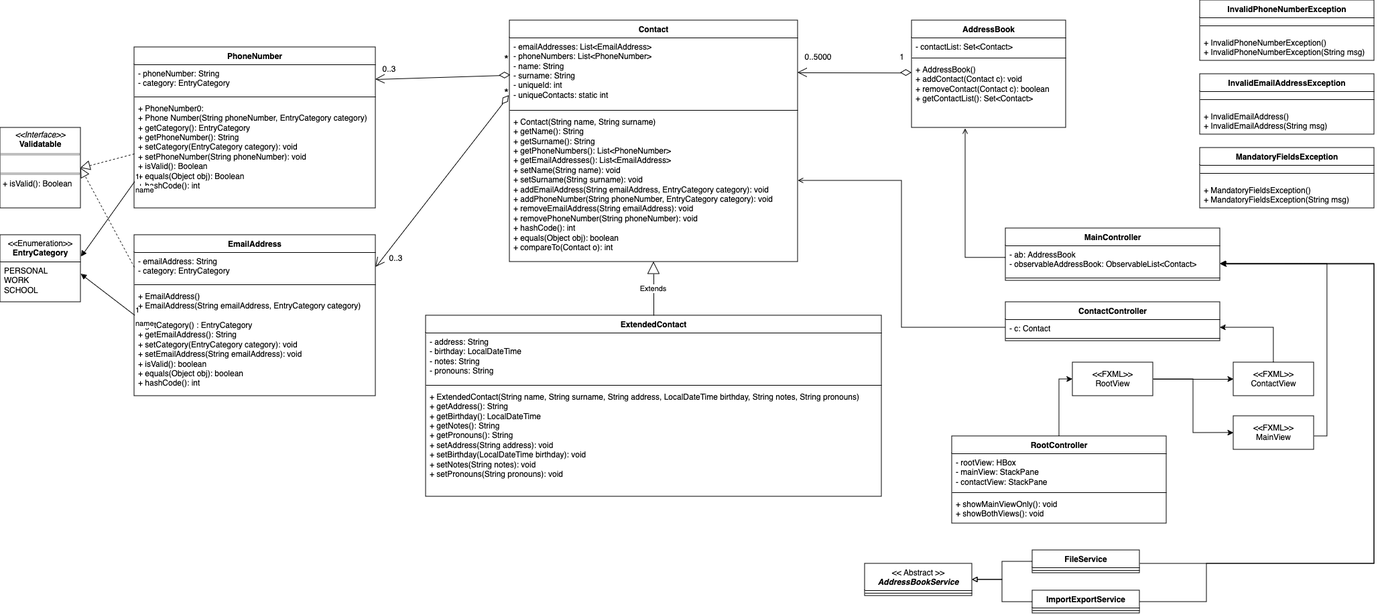
Earlier version of the draw.io export docs/ClassDiagrams/classDiagram.png (francescopeluso/SWE-Project). Source tidied: cells renumbered, new cells last; positions are measured from the earlier drawing's top-left corner, leaving out a move shared by most shapes.
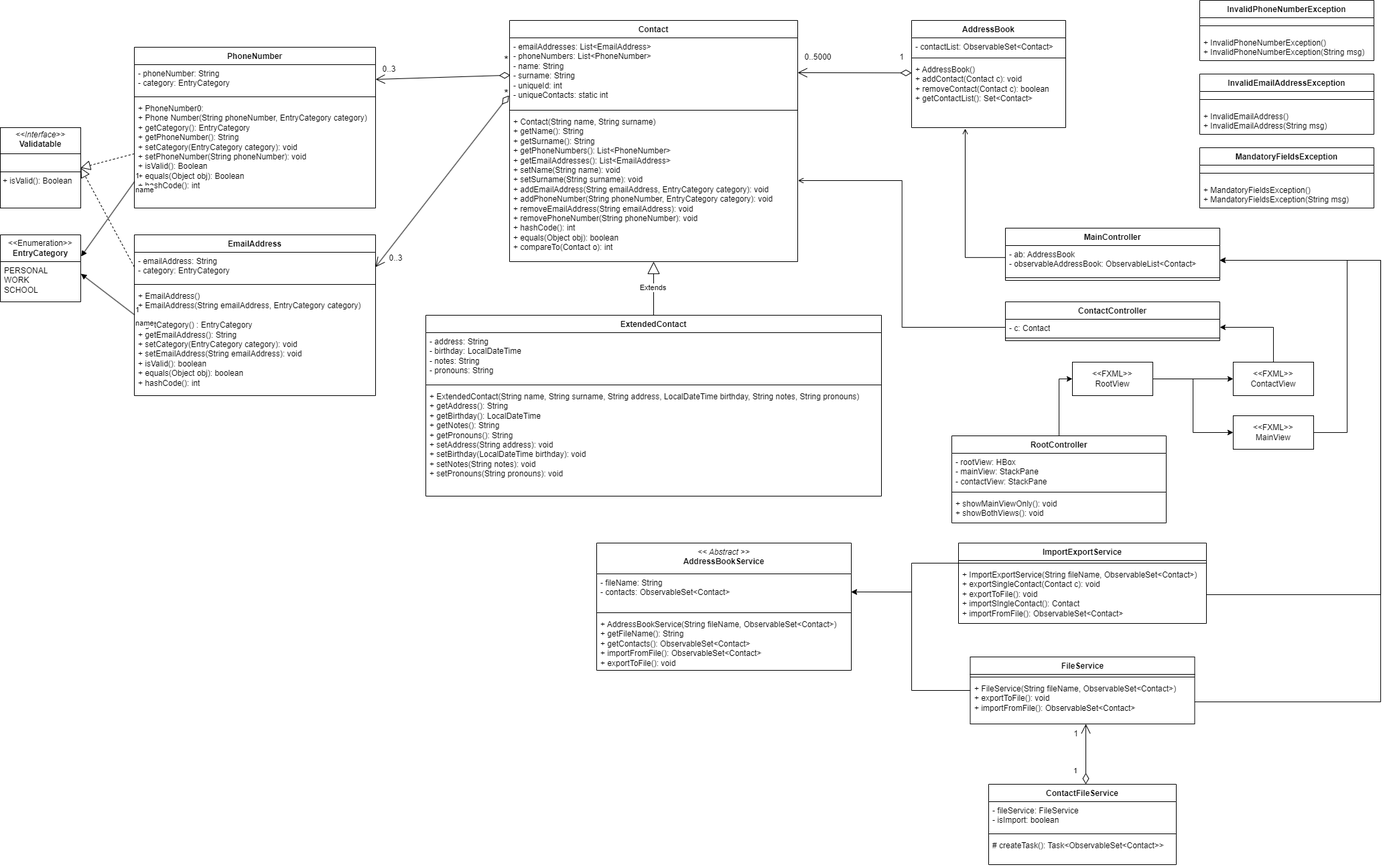
The same diagram one commit later.

Commit message:
Aggiornato il diagramma delle classi (definite le classi di gestione dei file + aggiunta di ContactFileService) e aggiornata la documentazione del progetto

Change to the diagram source:
```diff
@@ -101,7 +101,7 @@
     <mxCell id="34" value="AddressBook" style="swimlane;fontStyle=1;align=center;verticalAlign=top;horizontal=1;startSize=26;whiteSpace=wrap;html=1;" parent="1" vertex="1">
       <mxGeometry x="1360" y="30" width="230" height="160" as="geometry" />
     </mxCell>
-    <mxCell id="35" value="- contactList: Set&amp;lt;Contact&amp;gt;" style="text;strokeColor=none;fillColor=none;align=left;verticalAlign=top;spacingLeft=4;spacingRight=4;overflow=hidden;whiteSpace=wrap;html=1;" parent="34" vertex="1">
+    <mxCell id="35" value="- contactList: ObservableSet&amp;lt;Contact&amp;gt;" style="text;strokeColor=none;fillColor=none;align=left;verticalAlign=top;spacingLeft=4;spacingRight=4;overflow=hidden;whiteSpace=wrap;html=1;" parent="34" vertex="1">
       <mxGeometry y="26" width="230" height="26" as="geometry" />
     </mxCell>
     <mxCell id="36" style="line;strokeWidth=1;fillColor=none;align=left;verticalAlign=middle;spacingTop=-1;spacingLeft=3;spacingRight=3;labelPosition=right;strokeColor=inherit;" parent="34" vertex="1">
@@ -188,16 +188,14 @@
     <mxCell id="63" value="&amp;lt;&amp;lt;FXML&amp;gt;&amp;gt;&lt;br&gt;RootView" style="html=1;whiteSpace=wrap;" parent="1" vertex="1">
       <mxGeometry x="1600" y="540" width="120" height="50" as="geometry" />
     </mxCell>
-    <mxCell id="64" style="edgeStyle=orthogonalEdgeStyle;rounded=0;orthogonalLoop=1;jettySize=auto;html=1;entryX=1;entryY=0.5;entryDx=0;entryDy=0;" parent="1" edge="1">
-      <mxGeometry relative="1" as="geometry">
-        <mxPoint x="1960" y="650" as="sourcePoint" />
-        <mxPoint x="1820" y="393" as="targetPoint" />
-        <Array as="points">
-          <mxPoint x="1980" y="650" />
-          <mxPoint x="1980" y="393" />
-        </Array>
-      </mxGeometry>
-    </mxCell>
+    <mxCell id="80" style="edgeStyle=orthogonalEdgeStyle;rounded=0;jettySize=auto;html=1;entryX=1;entryY=0.5;entryDx=0;entryDy=0;" parent="1" edge="1" source="65" target="56">
+      <mxGeometry relative="1" as="geometry">
+        <Array as="points">
+          <mxPoint x="2010" y="645" />
+          <mxPoint x="2010" y="388" />
+        </Array>
+      </mxGeometry>
+    </mxCell>
     <mxCell id="65" value="&amp;lt;&amp;lt;FXML&amp;gt;&amp;gt;&lt;br&gt;MainView" style="html=1;whiteSpace=wrap;" parent="1" vertex="1">
       <mxGeometry x="1840" y="620" width="120" height="50" as="geometry" />
     </mxCell>
@@ -217,48 +215,87 @@
     <mxCell id="69" style="endArrow=open;html=1;rounded=0;edgeStyle=elbowEdgeStyle;exitX=0;exitY=0.5;exitDx=0;exitDy=0;endFill=0;entryX=1.001;entryY=0.455;entryDx=0;entryDy=0;entryPerimeter=0;" parent="1" edge="1" source="59" target="13">
       <mxGeometry relative="1" as="geometry" />
     </mxCell>
-    <mxCell id="70" style="edgeStyle=orthogonalEdgeStyle;rounded=0;jettySize=auto;html=1;entryX=1.002;entryY=0.607;entryDx=0;entryDy=0;entryPerimeter=0;" parent="1" edge="1" source="72" target="56">
-      <mxGeometry relative="1" as="geometry">
-        <Array as="points">
-          <mxPoint x="1580" y="840" />
-          <mxPoint x="2050" y="840" />
-          <mxPoint x="2050" y="393" />
-          <mxPoint x="1821" y="393" />
-        </Array>
-      </mxGeometry>
-    </mxCell>
-    <mxCell id="71" style="edgeStyle=orthogonalEdgeStyle;rounded=0;jettySize=auto;html=1;entryX=1;entryY=0.5;entryDx=0;entryDy=0;endArrow=block;endFill=0;" parent="1" edge="1" source="72" target="77">
-      <mxGeometry relative="1" as="geometry" />
-    </mxCell>
+    <mxCell id="77" value="&lt;i style=&quot;font-weight: normal;&quot;&gt;&amp;lt;&amp;lt; Abstract &amp;gt;&amp;gt;&lt;/i&gt;&lt;div&gt;AddressBookService&lt;/div&gt;" style="swimlane;fontStyle=1;align=center;verticalAlign=top;horizontal=1;startSize=46;whiteSpace=wrap;html=1;" parent="1" vertex="1">
+      <mxGeometry x="890" y="810" width="380" height="190" as="geometry" />
+    </mxCell>
+    <mxCell id="81" value="- fileName: String&lt;div&gt;- contacts: ObservableSet&amp;lt;Contact&amp;gt;&lt;/div&gt;" style="text;strokeColor=none;fillColor=none;align=left;verticalAlign=top;spacingLeft=4;spacingRight=4;overflow=hidden;points=[[0,0.5],[1,0.5]];portConstraint=eastwest;whiteSpace=wrap;html=1;" parent="77" vertex="1">
+      <mxGeometry y="46" width="380" height="54" as="geometry" />
+    </mxCell>
+    <mxCell id="82" style="line;strokeWidth=1;fillColor=none;align=left;verticalAlign=middle;spacingTop=-1;spacingLeft=3;spacingRight=3;labelPosition=right;strokeColor=inherit;" parent="77" vertex="1">
+      <mxGeometry y="100" width="380" height="8" as="geometry" />
+    </mxCell>
+    <mxCell id="83" value="+ AddressBookService(String fileName, ObservableSet&amp;lt;Contact&amp;gt;)&lt;div&gt;+ getFileName(): String&lt;/div&gt;&lt;div&gt;+ getContacts(): ObservableSet&amp;lt;Contact&amp;gt;&lt;/div&gt;&lt;div&gt;+ importFromFile(): ObservableSet&amp;lt;Contact&amp;gt;&lt;/div&gt;&lt;div&gt;+ exportToFile(): void&lt;/div&gt;" style="text;strokeColor=none;fillColor=none;align=left;verticalAlign=top;spacingLeft=4;spacingRight=4;overflow=hidden;whiteSpace=wrap;html=1;" parent="77" vertex="1">
+      <mxGeometry y="108" width="380" height="82" as="geometry" />
+    </mxCell>
+    <mxCell id="75" value="ImportExportService" style="swimlane;fontStyle=1;align=center;verticalAlign=top;horizontal=1;startSize=26;whiteSpace=wrap;html=1;" parent="1" vertex="1">
+      <mxGeometry x="1430" y="810" width="370" height="120" as="geometry" />
+    </mxCell>
+    <mxCell id="84" style="line;strokeWidth=1;fillColor=none;align=left;verticalAlign=middle;spacingTop=-1;spacingLeft=3;spacingRight=3;labelPosition=right;strokeColor=inherit;" parent="75" vertex="1">
+      <mxGeometry y="26" width="370" height="8" as="geometry" />
+    </mxCell>
+    <mxCell id="85" value="+ ImportExportService(String fileName, ObservableSet&amp;lt;Contact&amp;gt;)&lt;div&gt;+ exportSingleContact(Contact c): void&lt;/div&gt;&lt;div&gt;+ exportToFile(): void&lt;/div&gt;&lt;div&gt;+ importSIngleContact(): Contact&lt;/div&gt;&lt;div&gt;+ importFromFile(): ObservableSet&amp;lt;Contact&amp;gt;&lt;/div&gt;" style="text;strokeColor=none;fillColor=none;align=left;verticalAlign=top;spacingLeft=4;spacingRight=4;overflow=hidden;points=[[0,0.5],[1,0.5]];portConstraint=eastwest;whiteSpace=wrap;html=1;" parent="75" vertex="1">
+      <mxGeometry y="34" width="370" height="86" as="geometry" />
+    </mxCell>
+    <mxCell id="86" style="edgeStyle=orthogonalEdgeStyle;rounded=0;jettySize=auto;html=1;entryX=1;entryY=0.5;entryDx=0;entryDy=0;" parent="1" edge="1" source="85" target="56">
+      <mxGeometry relative="1" as="geometry">
+        <Array as="points">
+          <mxPoint x="2060" y="887" />
+          <mxPoint x="2060" y="388" />
+        </Array>
+      </mxGeometry>
+    </mxCell>
+    <mxCell id="87" style="edgeStyle=orthogonalEdgeStyle;rounded=0;jettySize=auto;html=1;entryX=1;entryY=0.5;entryDx=0;entryDy=0;" parent="1" edge="1" source="72" target="81">
+      <mxGeometry relative="1" as="geometry">
+        <Array as="points">
+          <mxPoint x="1360" y="1030" />
+          <mxPoint x="1360" y="883" />
+        </Array>
+      </mxGeometry>
+    </mxCell>
-    <mxCell id="72" value="FileService" style="swimlane;fontStyle=1;align=center;verticalAlign=top;horizontal=1;startSize=26;whiteSpace=wrap;html=1;" parent="1" vertex="1">
-      <mxGeometry x="1540" y="820" width="160" height="34" as="geometry" />
+    <mxCell id="72" value="FileService&lt;div&gt;&lt;br&gt;&lt;/div&gt;" style="swimlane;fontStyle=1;align=center;verticalAlign=top;horizontal=1;startSize=26;whiteSpace=wrap;html=1;" parent="1" vertex="1">
+      <mxGeometry x="1447.5" y="980" width="335" height="100" as="geometry" />
     </mxCell>
-    <mxCell id="73" style="line;strokeWidth=1;fillColor=none;align=left;verticalAlign=middle;spacingTop=-1;spacingLeft=3;spacingRight=3;labelPosition=right;strokeColor=inherit;" parent="72" vertex="1">
-      <mxGeometry y="26" width="160" height="8" as="geometry" />
-    </mxCell>
-    <mxCell id="74" style="edgeStyle=orthogonalEdgeStyle;rounded=0;jettySize=auto;html=1;entryX=1;entryY=0.5;entryDx=0;entryDy=0;endArrow=block;endFill=0;" parent="1" edge="1" source="75" target="77">
-      <mxGeometry relative="1" as="geometry" />
-    </mxCell>
-    <mxCell id="75" value="ImportExportService&lt;div&gt;&lt;br&gt;&lt;/div&gt;" style="swimlane;fontStyle=1;align=center;verticalAlign=top;horizontal=1;startSize=26;whiteSpace=wrap;html=1;" parent="1" vertex="1">
-      <mxGeometry x="1540" y="880" width="160" height="34" as="geometry" />
-    </mxCell>
-    <mxCell id="76" style="line;strokeWidth=1;fillColor=none;align=left;verticalAlign=middle;spacingTop=-1;spacingLeft=3;spacingRight=3;labelPosition=right;strokeColor=inherit;" parent="75" vertex="1">
-      <mxGeometry y="26" width="160" height="8" as="geometry" />
-    </mxCell>
-    <mxCell id="77" value="&lt;span style=&quot;font-weight: normal;&quot;&gt;&amp;lt;&amp;lt; Abstract &amp;gt;&amp;gt;&lt;/span&gt;&lt;br&gt;&lt;i&gt;AddressBookService&lt;/i&gt;&lt;div&gt;&lt;br&gt;&lt;/div&gt;" style="swimlane;fontStyle=1;align=center;verticalAlign=top;horizontal=1;startSize=40;whiteSpace=wrap;html=1;" parent="1" vertex="1">
-      <mxGeometry x="1290" y="840" width="160" height="48" as="geometry" />
-    </mxCell>
-    <mxCell id="78" style="line;strokeWidth=1;fillColor=none;align=left;verticalAlign=middle;spacingTop=-1;spacingLeft=3;spacingRight=3;labelPosition=right;strokeColor=inherit;" parent="77" vertex="1">
-      <mxGeometry y="40" width="160" height="8" as="geometry" />
-    </mxCell>
-    <mxCell id="79" style="edgeStyle=orthogonalEdgeStyle;rounded=0;jettySize=auto;html=1;entryX=1.004;entryY=0.632;entryDx=0;entryDy=0;entryPerimeter=0;" parent="1" edge="1" source="75" target="56">
-      <mxGeometry relative="1" as="geometry">
-        <Array as="points">
-          <mxPoint x="1800" y="840" />
-          <mxPoint x="2050" y="840" />
-          <mxPoint x="2050" y="394" />
-        </Array>
-      </mxGeometry>
-    </mxCell>
+    <mxCell id="88" style="line;strokeWidth=1;fillColor=none;align=left;verticalAlign=middle;spacingTop=-1;spacingLeft=3;spacingRight=3;labelPosition=right;strokeColor=inherit;" parent="72" vertex="1">
+      <mxGeometry y="26" width="335" height="8" as="geometry" />
+    </mxCell>
+    <mxCell id="89" value="+ FileService(String fileName, ObservableSet&amp;lt;Contact&amp;gt;)&lt;div&gt;+ exportToFile(): void&lt;/div&gt;&lt;div&gt;+ importFromFile(): ObservableSet&amp;lt;Contact&amp;gt;&lt;/div&gt;" style="text;strokeColor=none;fillColor=none;align=left;verticalAlign=top;spacingLeft=4;spacingRight=4;overflow=hidden;points=[[0,0.5],[1,0.5]];portConstraint=eastwest;whiteSpace=wrap;html=1;" parent="72" vertex="1">
+      <mxGeometry y="34" width="335" height="66" as="geometry" />
+    </mxCell>
+    <mxCell id="90" style="edgeStyle=orthogonalEdgeStyle;rounded=0;jettySize=auto;html=1;entryX=1;entryY=0.5;entryDx=0;entryDy=0;" parent="1" edge="1" source="89" target="56">
+      <mxGeometry relative="1" as="geometry">
+        <Array as="points">
+          <mxPoint x="2060" y="1047" />
+          <mxPoint x="2060" y="388" />
+        </Array>
+      </mxGeometry>
+    </mxCell>
+    <mxCell id="91" style="edgeStyle=orthogonalEdgeStyle;rounded=0;jettySize=auto;html=1;entryX=1;entryY=0.5;entryDx=0;entryDy=0;" parent="1" edge="1" target="81">
+      <mxGeometry relative="1" as="geometry">
+        <mxPoint x="1615" y="840" as="sourcePoint" />
+        <Array as="points">
+          <mxPoint x="1615" y="840" />
+          <mxPoint x="1360" y="840" />
+          <mxPoint x="1360" y="883" />
+        </Array>
+      </mxGeometry>
+    </mxCell>
+    <mxCell id="92" value="ContactFileService" style="swimlane;fontStyle=1;align=center;verticalAlign=top;horizontal=1;startSize=26;whiteSpace=wrap;html=1;" parent="1" vertex="1">
+      <mxGeometry x="1475" y="1170" width="280" height="120" as="geometry" />
+    </mxCell>
+    <mxCell id="93" value="- fileService: FileService&lt;div&gt;- isImport: boolean&lt;/div&gt;" style="text;strokeColor=none;fillColor=none;align=left;verticalAlign=top;spacingLeft=4;spacingRight=4;overflow=hidden;whiteSpace=wrap;html=1;" parent="92" vertex="1">
+      <mxGeometry y="26" width="280" height="44" as="geometry" />
+    </mxCell>
+    <mxCell id="94" style="line;strokeWidth=1;fillColor=none;align=left;verticalAlign=middle;spacingTop=-1;spacingLeft=3;spacingRight=3;labelPosition=right;strokeColor=inherit;" parent="92" vertex="1">
+      <mxGeometry y="70" width="280" height="8" as="geometry" />
+    </mxCell>
+    <mxCell id="95" value="# createTask(): Task&amp;lt;ObservableSet&amp;lt;Contact&amp;gt;&amp;gt;" style="text;strokeColor=none;fillColor=none;align=left;verticalAlign=top;spacingLeft=4;spacingRight=4;overflow=hidden;whiteSpace=wrap;html=1;" parent="92" vertex="1">
+      <mxGeometry y="78" width="280" height="42" as="geometry" />
+    </mxCell>
+    <mxCell id="96" value="1" style="endArrow=open;html=1;endSize=12;startArrow=diamondThin;startSize=14;startFill=0;edgeStyle=orthogonalEdgeStyle;align=left;verticalAlign=bottom;rounded=0;entryX=0.515;entryY=1;entryDx=0;entryDy=0;entryPerimeter=0;exitX=0.518;exitY=0;exitDx=0;exitDy=0;exitPerimeter=0;" parent="1" edge="1" source="92" target="89">
+      <mxGeometry x="-0.76" y="20" relative="1" as="geometry" />
+    </mxCell>
+    <mxCell id="97" value="1" style="text;html=1;align=center;verticalAlign=middle;strokeColor=none;fillColor=none;" parent="1" vertex="1">
+      <mxGeometry x="1590" y="1080" width="30" height="30" as="geometry" />
+    </mxCell>
   </root>
 </mxGraphModel>
```
